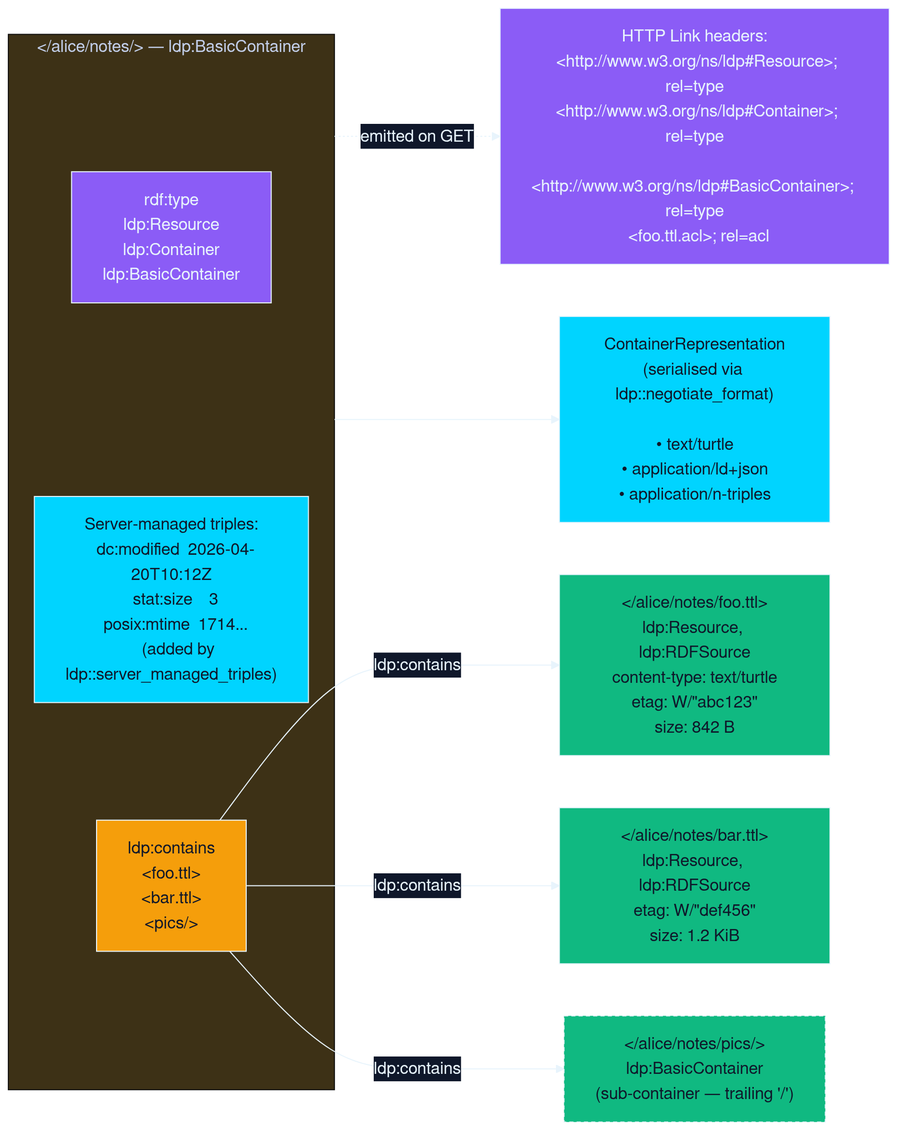
Earlier version of the Mermaid export crates/solid-pod-rs/docs/diagrams/rendered/04-ldp-containment.png (DreamLab-AI/solid-pod-rs). Its source is kept beside it as crates/solid-pod-rs/docs/diagrams/src/04-ldp-containment.mmd. Source of this version:
```mermaid
%%{init: {'theme':'base','themeVariables':{
  'primaryColor':'#0f172a','primaryTextColor':'#E8F4FC','primaryBorderColor':'#E8F4FC',
  'lineColor':'#E8F4FC','background':'transparent','mainBkg':'#0f172a',
  'edgeLabelBackground':'#0f172a','fontFamily':'ui-sans-serif, system-ui, sans-serif'
}}}%%
flowchart LR
  subgraph C["&lt;/alice/notes/&gt; — ldp:BasicContainer"]
    direction TB
    CTYPE["rdf:type\n  ldp:Resource\n  ldp:Container\n  ldp:BasicContainer"]:::gov
    CSMT["Server-managed triples:\n  dc:modified  2026-04-20T10:12Z\n  stat:size    3\n  stat:mtime   1714... (ns: posix/stat#)\n  &nbsp;&nbsp;(added by ldp::server_managed_triples)"]:::svc
    CMEM["ldp:contains\n  &lt;foo.ttl&gt;\n  &lt;bar.ttl&gt;\n  &lt;pics/&gt;"]:::gate
  end

  M1["&lt;/alice/notes/foo.ttl&gt;\nldp:Resource, ldp:RDFSource\ncontent-type: text/turtle\netag: W/&quot;abc123&quot;\nsize: 842 B"]:::store
  M2["&lt;/alice/notes/bar.ttl&gt;\nldp:Resource, ldp:RDFSource\netag: W/&quot;def456&quot;\nsize: 1.2 KiB"]:::store
  M3["&lt;/alice/notes/pics/&gt;\nldp:BasicContainer\n(sub-container — trailing '/')"]:::storeAlt

  CMEM -- ldp:contains --> M1
  CMEM -- ldp:contains --> M2
  CMEM -- ldp:contains --> M3

  LH["HTTP Link headers (ldp::link_headers):\n  &lt;http://www.w3.org/ns/ldp#Resource&gt;; rel=&quot;type&quot;\n  &lt;http://www.w3.org/ns/ldp#Container&gt;; rel=&quot;type&quot;\n  &lt;http://www.w3.org/ns/ldp#BasicContainer&gt;; rel=&quot;type&quot;\n  &lt;…/foo.ttl.acl&gt;; rel=&quot;acl&quot;\n  &lt;…/foo.ttl.meta&gt;; rel=&quot;describedby&quot;"]:::gov

  C -. emitted on GET .-> LH

  REPR["ContainerRepresentation\n(serialised via ldp::negotiate_format)\n\n• text/turtle (default)\n• application/ld+json\n• application/n-triples\n• application/rdf+xml"]:::svc
  C --> REPR

  classDef gov fill:#8B5CF6,stroke:#E8F4FC,stroke-width:1px,color:#E8F4FC
  classDef gate fill:#F59E0B,stroke:#E8F4FC,stroke-width:1px,color:#0f172a
  classDef svc fill:#00D4FF,stroke:#E8F4FC,stroke-width:1px,color:#0f172a
  classDef store fill:#10B981,stroke:#E8F4FC,stroke-width:1px,color:#0f172a
  classDef storeAlt fill:#10B981,stroke:#E8F4FC,stroke-width:1px,color:#0f172a,stroke-dasharray: 4 3
```
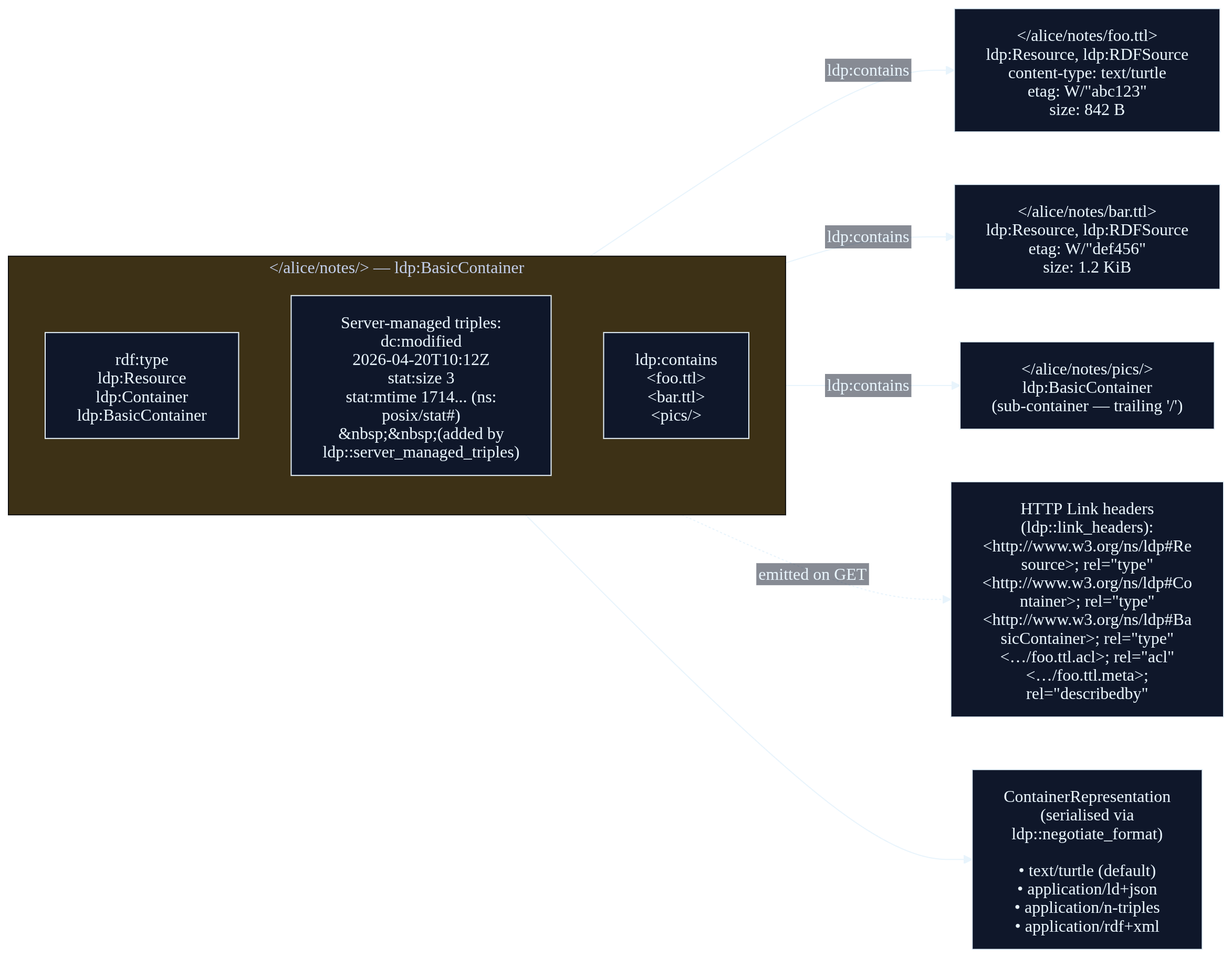
After the commit.

Change to the diagram source:
```diff
@@ -6,24 +6,24 @@
 flowchart LR
   subgraph C["&lt;/alice/notes/&gt; — ldp:BasicContainer"]
     direction TB
-    CTYPE["rdf:type\n  ldp:Resource\n  ldp:Container\n  ldp:BasicContainer"]:::gov
-    CSMT["Server-managed triples:\n  dc:modified  2026-04-20T10:12Z\n  stat:size    3\n  stat:mtime   1714... (ns: posix/stat#)\n  &nbsp;&nbsp;(added by ldp::server_managed_triples)"]:::svc
-    CMEM["ldp:contains\n  &lt;foo.ttl&gt;\n  &lt;bar.ttl&gt;\n  &lt;pics/&gt;"]:::gate
+    CTYPE["rdf:type<br/>  ldp:Resource<br/>  ldp:Container<br/>  ldp:BasicContainer"]:::gov
+    CSMT["Server-managed triples:<br/>  dc:modified  2026-04-20T10:12Z<br/>  stat:size    3<br/>  stat:mtime   1714... (ns: posix/stat#)<br/>  &nbsp;&nbsp;(added by ldp::server_managed_triples)"]:::svc
+    CMEM["ldp:contains<br/>  &lt;foo.ttl&gt;<br/>  &lt;bar.ttl&gt;<br/>  &lt;pics/&gt;"]:::gate
   end
 
-  M1["&lt;/alice/notes/foo.ttl&gt;\nldp:Resource, ldp:RDFSource\ncontent-type: text/turtle\netag: W/&quot;abc123&quot;\nsize: 842 B"]:::store
-  M2["&lt;/alice/notes/bar.ttl&gt;\nldp:Resource, ldp:RDFSource\netag: W/&quot;def456&quot;\nsize: 1.2 KiB"]:::store
-  M3["&lt;/alice/notes/pics/&gt;\nldp:BasicContainer\n(sub-container — trailing '/')"]:::storeAlt
+  M1["&lt;/alice/notes/foo.ttl&gt;<br/>ldp:Resource, ldp:RDFSource<br/>content-type: text/turtle<br/>etag: W/&quot;abc123&quot;<br/>size: 842 B"]:::store
+  M2["&lt;/alice/notes/bar.ttl&gt;<br/>ldp:Resource, ldp:RDFSource<br/>etag: W/&quot;def456&quot;<br/>size: 1.2 KiB"]:::store
+  M3["&lt;/alice/notes/pics/&gt;<br/>ldp:BasicContainer<br/>(sub-container — trailing '/')"]:::storeAlt
 
   CMEM -- ldp:contains --> M1
   CMEM -- ldp:contains --> M2
   CMEM -- ldp:contains --> M3
 
-  LH["HTTP Link headers (ldp::link_headers):\n  &lt;http://www.w3.org/ns/ldp#Resource&gt;; rel=&quot;type&quot;\n  &lt;http://www.w3.org/ns/ldp#Container&gt;; rel=&quot;type&quot;\n  &lt;http://www.w3.org/ns/ldp#BasicContainer&gt;; rel=&quot;type&quot;\n  &lt;…/foo.ttl.acl&gt;; rel=&quot;acl&quot;\n  &lt;…/foo.ttl.meta&gt;; rel=&quot;describedby&quot;"]:::gov
+  LH["HTTP Link headers (ldp::link_headers):<br/>  &lt;http://www.w3.org/ns/ldp#Resource&gt;; rel=&quot;type&quot;<br/>  &lt;http://www.w3.org/ns/ldp#Container&gt;; rel=&quot;type&quot;<br/>  &lt;http://www.w3.org/ns/ldp#BasicContainer&gt;; rel=&quot;type&quot;<br/>  &lt;…/foo.ttl.acl&gt;; rel=&quot;acl&quot;<br/>  &lt;…/foo.ttl.meta&gt;; rel=&quot;describedby&quot;"]:::gov
 
   C -. emitted on GET .-> LH
 
-  REPR["ContainerRepresentation\n(serialised via ldp::negotiate_format)\n\n• text/turtle (default)\n• application/ld+json\n• application/n-triples\n• application/rdf+xml"]:::svc
+  REPR["ContainerRepresentation<br/>(serialised via ldp::negotiate_format)<br/><br/>• text/turtle (default)<br/>• application/ld+json<br/>• application/n-triples<br/>• application/rdf+xml"]:::svc
   C --> REPR
 
   classDef gov fill:#8B5CF6,stroke:#E8F4FC,stroke-width:1px,color:#E8F4FC
```
